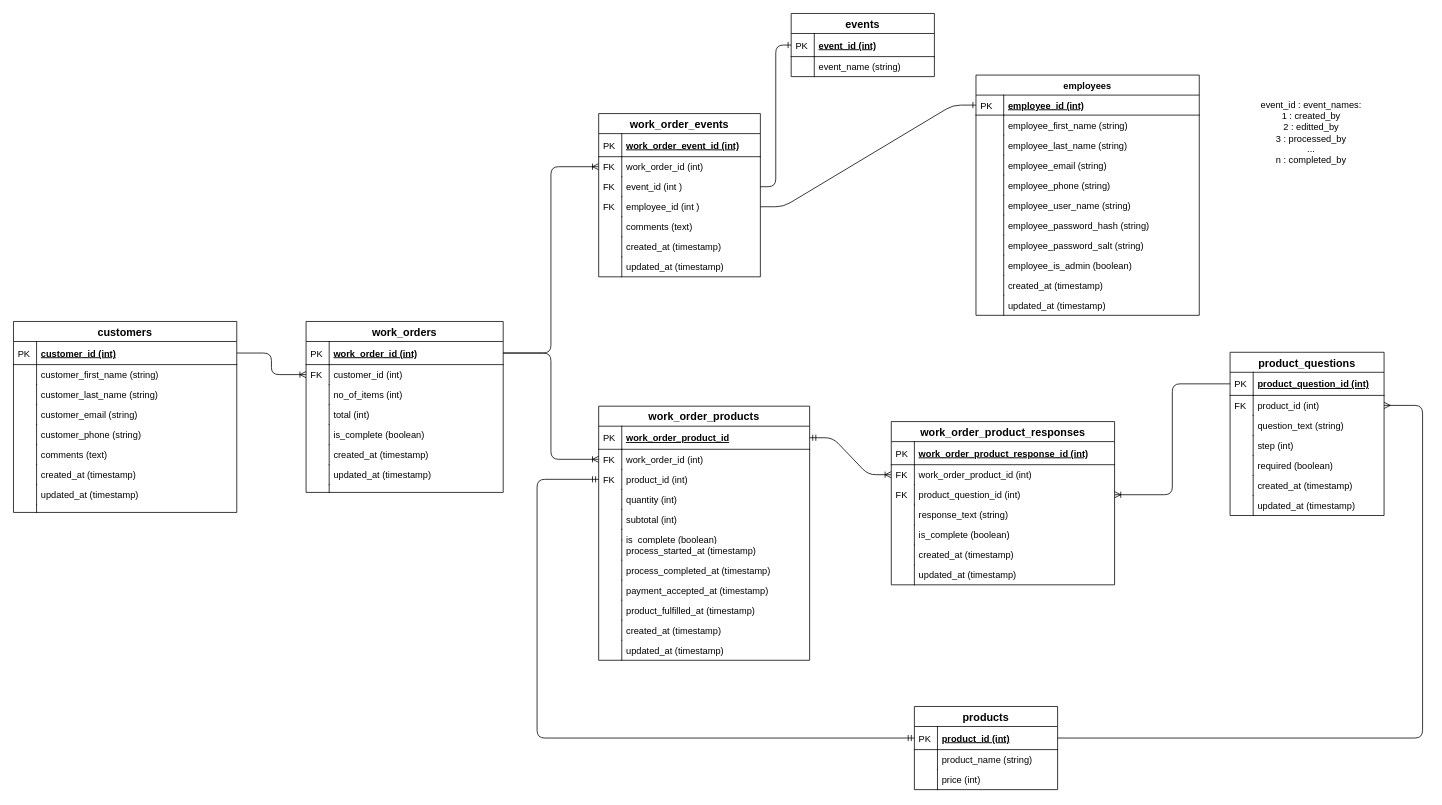
This is db_schema.drawio from openorderapp/documentation, a draw.io file, before an edit. Source tidied: cells renumbered, new cells numbered last; positions are measured from the earlier drawing's top-left corner, leaving out a move shared by most shapes. Both pictures are drawn from the tidied source at 77%, with x=0, y=0 at pixel (13, 13).
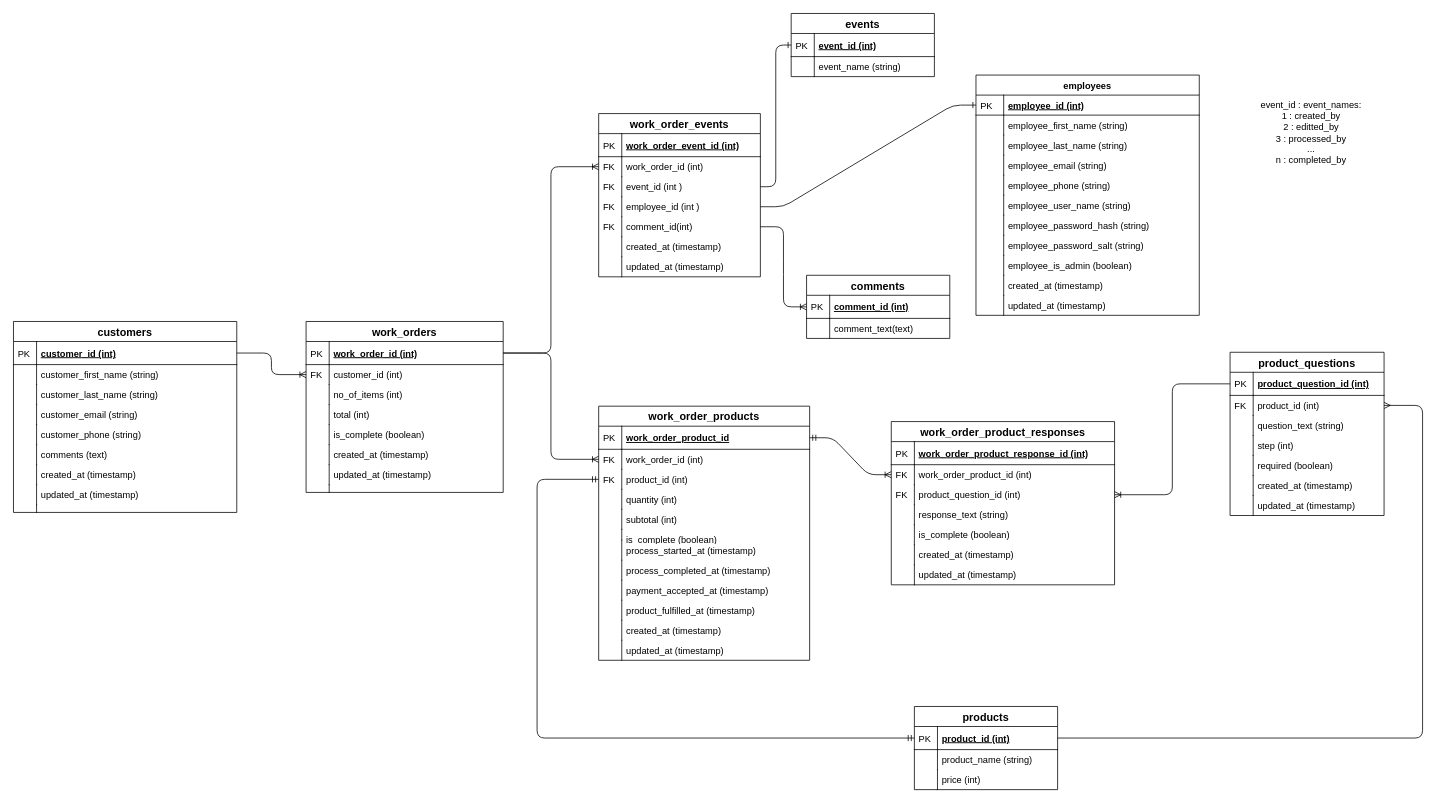
The same page after the edit.

Commit message (it also covers changes not shown here):
Add comments table to the schema diagram

The change refers to these unchanged cells:
```xml
<mxCell id="117" value="work_order_events" style="swimlane;fontStyle=1;horizontal=1;startSize=26;align=center;fontSize=14;" parent="1" vertex="1">
  <mxGeometry x="760" y="130" width="210" height="212" as="geometry" />
</mxCell>
```

Diff of the diagram source:
```diff
@@
-    <mxCell id="126" value="comments (text)" style="shape=partialRectangle;top=0;left=0;right=0;bottom=0;align=left;verticalAlign=top;fillColor=none;spacingLeft=34;spacingRight=4;overflow=hidden;points=[[0,0.5],[1,0.5]];portConstraint=eastwest;fontSize=12;" parent="117" vertex="1">
+    <mxCell id="126" value="comment_id(int)" style="shape=partialRectangle;top=0;left=0;right=0;bottom=0;align=left;verticalAlign=top;fillColor=none;spacingLeft=34;spacingRight=4;overflow=hidden;points=[[0,0.5],[1,0.5]];portConstraint=eastwest;fontSize=12;" parent="117" vertex="1">
       <mxGeometry y="134" width="210" height="26" as="geometry" />
     </mxCell>
-    <mxCell id="127" style="shape=partialRectangle;top=0;left=0;bottom=0;fillColor=none;align=left;verticalAlign=top;spacingLeft=4;spacingRight=4;overflow=hidden;fontSize=12;" parent="126" vertex="1">
+    <mxCell id="127" value="FK" style="shape=partialRectangle;top=0;left=0;bottom=0;fillColor=none;align=left;verticalAlign=top;spacingLeft=4;spacingRight=4;overflow=hidden;fontSize=12;" parent="126" vertex="1">
       <mxGeometry width="30" height="26" as="geometry" />
     </mxCell>
@@
+    <mxCell id="153" style="edgeStyle=entityRelationEdgeStyle;fontSize=12;html=1;endArrow=ERoneToMany;exitX=1;exitY=0.5;exitDx=0;exitDy=0;entryX=0;entryY=0.5;entryDx=0;entryDy=0;" parent="1" edge="1" source="126" target="155">
+      <mxGeometry relative="1" as="geometry" />
+    </mxCell>
+    <mxCell id="154" value="comments" style="swimlane;fontStyle=1;horizontal=1;startSize=26;align=center;fontSize=14;" parent="1" vertex="1">
+      <mxGeometry x="1030" y="340" width="186" height="82" as="geometry" />
+    </mxCell>
+    <mxCell id="155" value="comment_id (int)" style="shape=partialRectangle;top=0;left=0;right=0;bottom=1;align=left;verticalAlign=middle;fillColor=none;spacingLeft=34;spacingRight=4;overflow=hidden;points=[[0,0.5],[1,0.5]];portConstraint=eastwest;fontStyle=5;fontSize=12;" parent="154" vertex="1">
+      <mxGeometry y="26" width="186" height="30" as="geometry" />
+    </mxCell>
+    <mxCell id="156" value="PK" style="shape=partialRectangle;top=0;left=0;bottom=0;fillColor=none;align=left;verticalAlign=middle;spacingLeft=4;spacingRight=4;overflow=hidden;fontSize=12;" parent="155" vertex="1">
+      <mxGeometry width="30" height="30" as="geometry" />
+    </mxCell>
+    <mxCell id="157" value="comment_text(text)" style="shape=partialRectangle;top=0;left=0;right=0;bottom=0;align=left;verticalAlign=top;fillColor=none;spacingLeft=34;spacingRight=4;overflow=hidden;fontSize=12;" parent="154" vertex="1">
+      <mxGeometry y="56" width="186" height="26" as="geometry" />
+    </mxCell>
+    <mxCell id="158" style="shape=partialRectangle;top=0;left=0;bottom=0;fillColor=none;align=left;verticalAlign=top;spacingLeft=4;spacingRight=4;overflow=hidden;fontSize=12;" parent="157" vertex="1">
+      <mxGeometry width="30" height="26" as="geometry" />
+    </mxCell>
```
